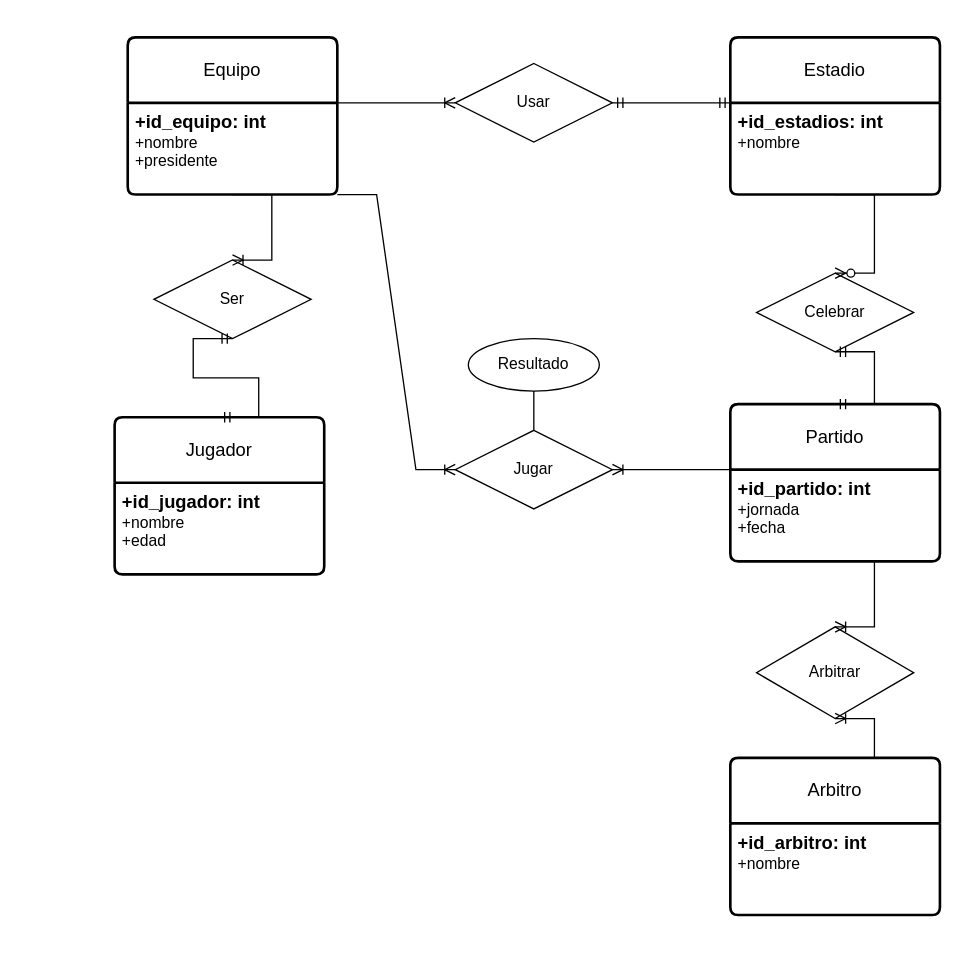
AsierGArranz/aga-sru-sa-t-UD12DiagramaER-11102023 keeps this draw.io diagram as ejercicio10.drawio. Above is the earlier version. Source tidied: cells renumbered, new cells numbered last; positions are measured from the earlier drawing's top-left corner, leaving out a move shared by most shapes. Both pictures are drawn from the tidied source at 131%, with x=0, y=0 at pixel (114, 37).
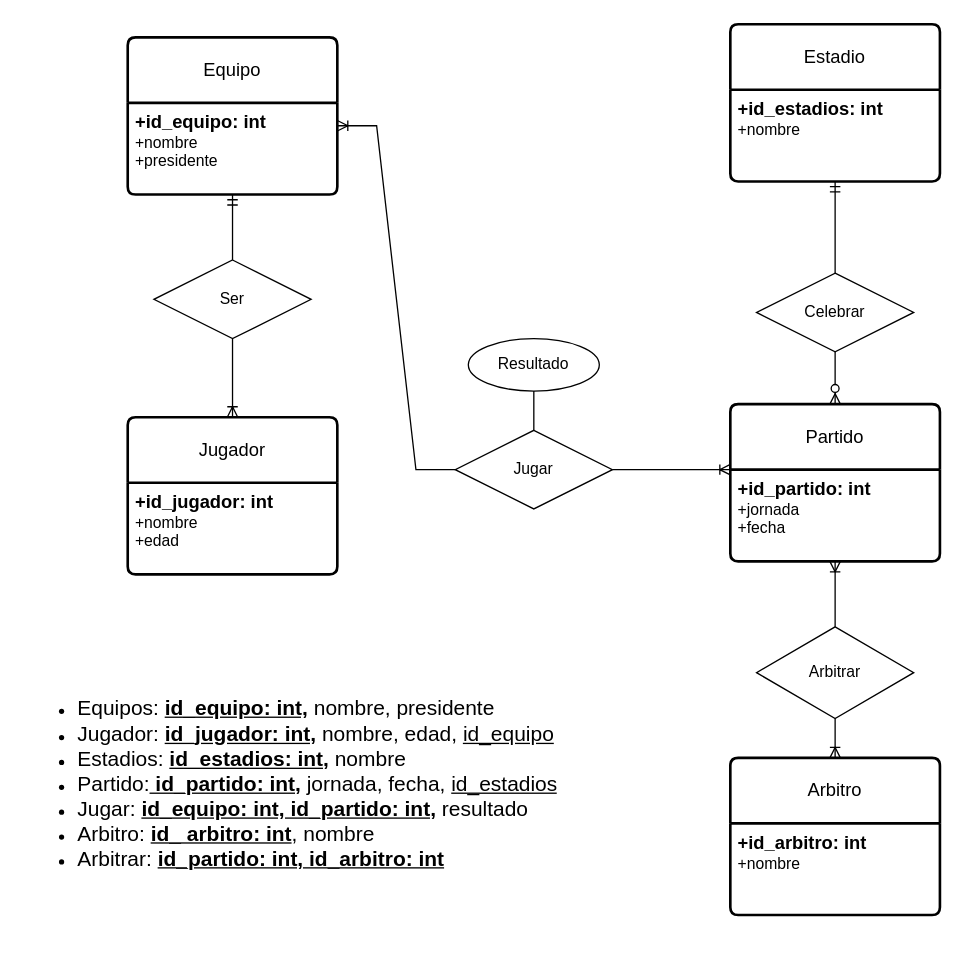
The same page after the edit.

The change refers to these unchanged cells:
```xml
<mxCell id="5" value="&lt;font style=&quot;font-size: 14px;&quot;&gt;&lt;b&gt;+id_equipo: int&lt;/b&gt;&lt;/font&gt;&lt;br&gt;+nombre&lt;br&gt;+presidente" style="align=left;strokeColor=none;fillColor=none;spacingLeft=4;fontSize=12;verticalAlign=top;html=1;" parent="4" vertex="1">
  <mxGeometry y="50" width="160" height="70" as="geometry" />
</mxCell>
<mxCell id="7" value="&lt;font style=&quot;font-size: 14px;&quot;&gt;&lt;b&gt;+id_estadios: int&lt;/b&gt;&lt;/font&gt;&lt;br&gt;+nombre" style="align=left;strokeColor=none;fillColor=none;spacingLeft=4;fontSize=12;verticalAlign=top;html=1;" parent="6" vertex="1">
  <mxGeometry y="50" width="160" height="70" as="geometry" />
</mxCell>
<mxCell id="8" value="Arbitro" style="swimlane;horizontal=1;startSize=50;rounded=1;fontSize=14;fontStyle=0;strokeWidth=2;shadow=0;dashed=0;align=center;arcSize=4;whiteSpace=wrap;html=1;" parent="1" vertex="1">
  <mxGeometry x="470" y="550" width="160" height="120" as="geometry" />
</mxCell>
<mxCell id="10" value="Partido" style="swimlane;horizontal=1;startSize=50;rounded=1;fontSize=14;fontStyle=0;strokeWidth=2;shadow=0;dashed=0;align=center;arcSize=4;whiteSpace=wrap;html=1;" parent="1" vertex="1">
  <mxGeometry x="470" y="280" width="160" height="120" as="geometry" />
</mxCell>
<mxCell id="11" value="&lt;font style=&quot;font-size: 14px;&quot;&gt;&lt;b&gt;+id_partido: int&lt;/b&gt;&lt;/font&gt;&lt;br&gt;+jornada&lt;br&gt;+fecha" style="align=left;strokeColor=none;fillColor=none;spacingLeft=4;fontSize=12;verticalAlign=top;html=1;" parent="10" vertex="1">
  <mxGeometry y="50" width="160" height="70" as="geometry" />
</mxCell>
<mxCell id="12" value="Ser" style="shape=rhombus;perimeter=rhombusPerimeter;whiteSpace=wrap;html=1;align=center;" parent="1" vertex="1">
  <mxGeometry x="30" y="170" width="120" height="60" as="geometry" />
</mxCell>
<mxCell id="18" value="Jugar" style="shape=rhombus;perimeter=rhombusPerimeter;whiteSpace=wrap;html=1;align=center;" parent="1" vertex="1">
  <mxGeometry x="260" y="300" width="120" height="60" as="geometry" />
</mxCell>
<mxCell id="21" value="Celebrar" style="shape=rhombus;perimeter=rhombusPerimeter;whiteSpace=wrap;html=1;align=center;" parent="1" vertex="1">
  <mxGeometry x="490" y="180" width="120" height="60" as="geometry" />
</mxCell>
<mxCell id="24" value="Arbitrar" style="shape=rhombus;perimeter=rhombusPerimeter;whiteSpace=wrap;html=1;align=center;" parent="1" vertex="1">
  <mxGeometry x="490" y="450" width="120" height="70" as="geometry" />
</mxCell>
```

What changed in the source:
```diff
@@
     <mxCell id="2" value="Jugador" style="swimlane;horizontal=1;startSize=50;rounded=1;fontSize=14;fontStyle=0;strokeWidth=2;shadow=0;dashed=0;align=center;arcSize=4;whiteSpace=wrap;html=1;" parent="1" vertex="1">
-      <mxGeometry y="290" width="160" height="120" as="geometry" />
+      <mxGeometry x="10" y="290" width="160" height="120" as="geometry" />
     </mxCell>
@@
     <mxCell id="6" value="Estadio" style="swimlane;horizontal=1;startSize=50;rounded=1;fontSize=14;fontStyle=0;strokeWidth=2;shadow=0;dashed=0;align=center;arcSize=4;whiteSpace=wrap;html=1;" parent="1" vertex="1">
-      <mxGeometry x="470" width="160" height="120" as="geometry" />
+      <mxGeometry x="470" y="-10" width="160" height="120" as="geometry" />
     </mxCell>
@@
-    <mxCell id="13" style="edgeStyle=entityRelationEdgeStyle;fontSize=12;html=1;endArrow=ERmandOne;startArrow=ERmandOne;rounded=0;exitX=0.5;exitY=0;exitDx=0;exitDy=0;entryX=0.5;entryY=1;entryDx=0;entryDy=0;" parent="1" edge="1" source="2" target="12">
-      <mxGeometry relative="1" as="geometry" />
-    </mxCell>
-    <mxCell id="14" style="edgeStyle=entityRelationEdgeStyle;fontSize=12;html=1;endArrow=ERoneToMany;rounded=0;exitX=0.5;exitY=1;exitDx=0;exitDy=0;entryX=0.5;entryY=0;entryDx=0;entryDy=0;" parent="1" edge="1" source="5" target="12">
+    <mxCell id="14" style="fontSize=12;html=1;endArrow=ERoneToMany;rounded=0;exitX=0.5;exitY=1;exitDx=0;exitDy=0;entryX=0.5;entryY=0;entryDx=0;entryDy=0;" parent="1" edge="1" source="12" target="2">
       <mxGeometry relative="1" as="geometry" />
     </mxCell>
-    <mxCell id="15" value="Usar" style="shape=rhombus;perimeter=rhombusPerimeter;whiteSpace=wrap;html=1;align=center;" parent="1" vertex="1">
-      <mxGeometry x="260" y="20" width="120" height="60" as="geometry" />
-    </mxCell>
-    <mxCell id="16" style="edgeStyle=entityRelationEdgeStyle;fontSize=12;html=1;endArrow=ERoneToMany;rounded=0;exitX=1;exitY=0;exitDx=0;exitDy=0;entryX=0;entryY=0.5;entryDx=0;entryDy=0;" parent="1" edge="1" source="5" target="15">
-      <mxGeometry relative="1" as="geometry" />
-    </mxCell>
-    <mxCell id="17" style="edgeStyle=entityRelationEdgeStyle;fontSize=12;html=1;endArrow=ERmandOne;startArrow=ERmandOne;rounded=0;exitX=1;exitY=0.5;exitDx=0;exitDy=0;entryX=0;entryY=0;entryDx=0;entryDy=0;" parent="1" edge="1" source="15" target="7">
-      <mxGeometry relative="1" as="geometry" />
-    </mxCell>
@@
-    <mxCell id="19" style="edgeStyle=entityRelationEdgeStyle;fontSize=12;html=1;endArrow=ERoneToMany;rounded=0;exitX=1;exitY=1;exitDx=0;exitDy=0;entryX=0;entryY=0.5;entryDx=0;entryDy=0;" parent="1" edge="1" source="5" target="18">
+    <mxCell id="19" style="edgeStyle=entityRelationEdgeStyle;fontSize=12;html=1;endArrow=ERoneToMany;rounded=0;exitX=1;exitY=0.5;exitDx=0;exitDy=0;entryX=0;entryY=0;entryDx=0;entryDy=0;" parent="1" edge="1" source="18" target="11">
       <mxGeometry relative="1" as="geometry" />
     </mxCell>
-    <mxCell id="20" style="edgeStyle=entityRelationEdgeStyle;fontSize=12;html=1;endArrow=ERoneToMany;rounded=0;exitX=0;exitY=0;exitDx=0;exitDy=0;entryX=1;entryY=0.5;entryDx=0;entryDy=0;" parent="1" edge="1" source="11" target="18">
+    <mxCell id="20" style="edgeStyle=entityRelationEdgeStyle;fontSize=12;html=1;endArrow=ERoneToMany;rounded=0;entryX=1;entryY=0.25;entryDx=0;entryDy=0;" parent="1" edge="1" source="18" target="5">
       <mxGeometry relative="1" as="geometry" />
     </mxCell>
@@
-    <mxCell id="22" style="edgeStyle=entityRelationEdgeStyle;fontSize=12;html=1;endArrow=ERmandOne;startArrow=ERmandOne;rounded=0;exitX=0.5;exitY=0;exitDx=0;exitDy=0;entryX=0.5;entryY=1;entryDx=0;entryDy=0;" parent="1" edge="1" source="10" target="21">
-      <mxGeometry relative="1" as="geometry" />
-    </mxCell>
-    <mxCell id="23" style="edgeStyle=entityRelationEdgeStyle;fontSize=12;html=1;endArrow=ERzeroToMany;endFill=1;rounded=0;exitX=0.5;exitY=1;exitDx=0;exitDy=0;entryX=0.5;entryY=0;entryDx=0;entryDy=0;" parent="1" edge="1" source="7" target="21">
+    <mxCell id="23" style="fontSize=12;html=1;endArrow=ERzeroToMany;endFill=1;rounded=0;exitX=0.5;exitY=1;exitDx=0;exitDy=0;entryX=0.5;entryY=0;entryDx=0;entryDy=0;" parent="1" edge="1" source="21" target="10">
       <mxGeometry relative="1" as="geometry" />
     </mxCell>
@@
-    <mxCell id="27" style="edgeStyle=entityRelationEdgeStyle;fontSize=12;html=1;endArrow=ERoneToMany;rounded=0;entryX=0.5;entryY=0;entryDx=0;entryDy=0;exitX=0.5;exitY=1;exitDx=0;exitDy=0;" parent="1" edge="1" source="11" target="24">
+    <mxCell id="27" style="fontSize=12;html=1;endArrow=ERoneToMany;rounded=0;entryX=0.5;entryY=0;entryDx=0;entryDy=0;exitX=0.5;exitY=1;exitDx=0;exitDy=0;" parent="1" edge="1" source="24" target="8">
       <mxGeometry relative="1" as="geometry" />
     </mxCell>
-    <mxCell id="28" style="edgeStyle=entityRelationEdgeStyle;fontSize=12;html=1;endArrow=ERoneToMany;rounded=0;entryX=0.5;entryY=1;entryDx=0;entryDy=0;exitX=0.5;exitY=0;exitDx=0;exitDy=0;" parent="1" edge="1" source="8" target="24">
+    <mxCell id="28" style="fontSize=12;html=1;endArrow=ERoneToMany;rounded=0;entryX=0.5;entryY=1;entryDx=0;entryDy=0;exitX=0.5;exitY=0;exitDx=0;exitDy=0;" parent="1" edge="1" source="24" target="11">
       <mxGeometry relative="1" as="geometry" />
     </mxCell>
+    <mxCell id="29" style="fontSize=12;html=1;endArrow=ERmandOne;rounded=0;entryX=0.5;entryY=1;entryDx=0;entryDy=0;exitX=0.5;exitY=0;exitDx=0;exitDy=0;" parent="1" edge="1" source="12" target="5">
+      <mxGeometry relative="1" as="geometry" />
+    </mxCell>
+    <mxCell id="30" style="fontSize=12;html=1;endArrow=ERmandOne;rounded=0;entryX=0.5;entryY=1;entryDx=0;entryDy=0;exitX=0.5;exitY=0;exitDx=0;exitDy=0;" parent="1" edge="1" source="21" target="7">
+      <mxGeometry relative="1" as="geometry" />
+    </mxCell>
+    <mxCell id="31" value="&lt;ul&gt;&lt;li&gt;&lt;font size=&quot;3&quot;&gt;Equipos: &lt;u style=&quot;font-weight: bold;&quot;&gt;id_equipo: int,&lt;/u&gt;&amp;nbsp;nombre, presidente&lt;/font&gt;&lt;/li&gt;&lt;li&gt;&lt;font size=&quot;3&quot;&gt;Jugador: &lt;u style=&quot;font-weight: bold;&quot;&gt;id_jugador: int,&lt;/u&gt;&amp;nbsp;nombre, edad, &lt;u&gt;id_equipo&lt;/u&gt;&lt;/font&gt;&lt;/li&gt;&lt;li&gt;&lt;font size=&quot;3&quot;&gt;Estadios: &lt;u style=&quot;font-weight: bold;&quot;&gt;id_estadios: int,&lt;/u&gt;&amp;nbsp;nombre&lt;/font&gt;&lt;/li&gt;&lt;li&gt;&lt;font size=&quot;3&quot;&gt;Partido:&lt;u style=&quot;font-weight: bold;&quot;&gt;&amp;nbsp;id_partido: int,&lt;/u&gt;&amp;nbsp;jornada, fecha, &lt;u&gt;id_estadios&lt;/u&gt;&lt;/font&gt;&lt;/li&gt;&lt;li&gt;&lt;font size=&quot;3&quot;&gt;Jugar: &lt;u style=&quot;font-weight: bold;&quot;&gt;id_equipo: int, id_partido: int,&lt;/u&gt;&amp;nbsp;resultado&lt;/font&gt;&lt;/li&gt;&lt;li&gt;&lt;font size=&quot;3&quot;&gt;Arbitro: &lt;u style=&quot;font-weight: bold;&quot;&gt;id_ arbitro: int&lt;/u&gt;, nombre&lt;/font&gt;&lt;/li&gt;&lt;li&gt;&lt;font size=&quot;3&quot;&gt;Arbitrar: &lt;b&gt;&lt;u&gt;id_partido: int, id_arbitro: int&lt;/u&gt;&lt;/b&gt;&lt;/font&gt;&lt;/li&gt;&lt;/ul&gt;" style="text;strokeColor=none;fillColor=none;html=1;whiteSpace=wrap;verticalAlign=middle;overflow=hidden;" parent="1" vertex="1">
+      <mxGeometry x="-70" y="450" width="450" height="240" as="geometry" />
+    </mxCell>
```
